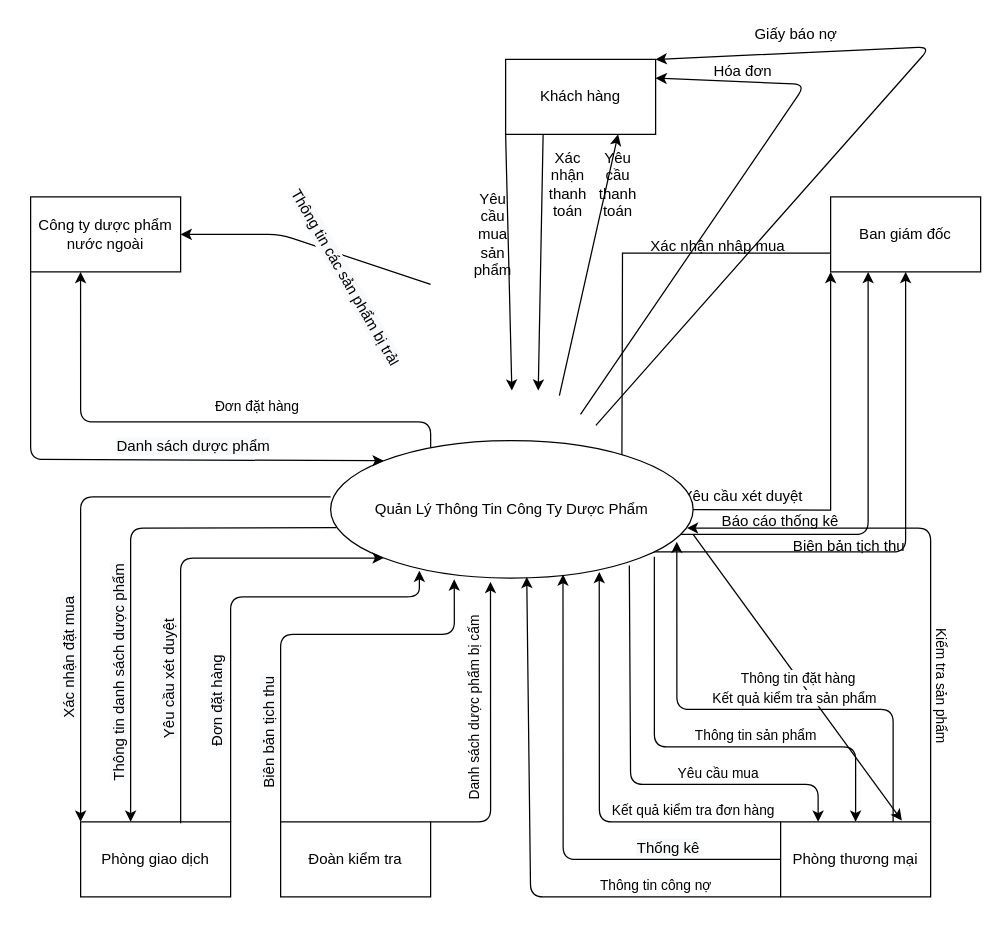
Earlier version of the draw.io diagram page "Page-3" (3 of 3) of Diagrams/BusinessInformationSystems.drawio (Nguyen-Dinh-Sang/BusinessInformationSystems). Source tidied: cells renumbered, new cells numbered last; positions are measured from the earlier drawing's top-left corner, leaving out a move shared by most shapes. Both pictures are drawn from the tidied source at 125%, with x=0, y=0 at pixel (30, 21).
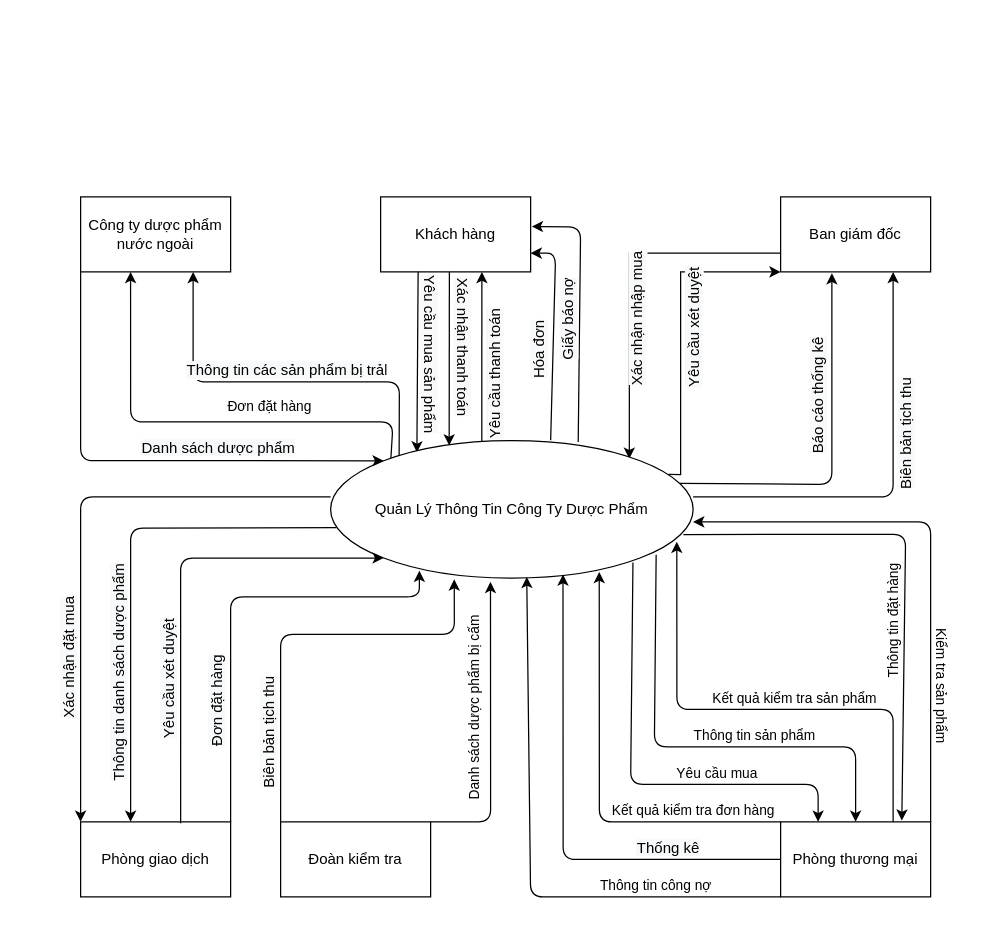
Above is the later version.

Unchanged cells that the change refers to:
```xml
<mxCell id="9" value="Phòng thương mại" style="rounded=0;whiteSpace=wrap;html=1;" parent="1" vertex="1">
  <mxGeometry x="600" y="640" width="120" height="60" as="geometry" />
</mxCell>
<mxCell id="28" value="Quản Lý Thông Tin Công Ty Dược Phẩm" style="ellipse;whiteSpace=wrap;html=1;" parent="1" vertex="1">
  <mxGeometry x="240" y="335" width="290" height="110" as="geometry" />
</mxCell>
```

Diff of the diagram source:
```diff
@@
-    <mxCell id="2" style="edgeStyle=orthogonalEdgeStyle;rounded=0;jettySize=auto;html=1;exitX=1;exitY=0.5;exitDx=0;exitDy=0;entryX=0;entryY=1;entryDx=0;entryDy=0;" parent="1" edge="1" target="6">
-      <mxGeometry relative="1" as="geometry">
-        <mxPoint x="480" y="390" as="sourcePoint" />
-      </mxGeometry>
-    </mxCell>
     <mxCell id="3" value="Công ty dược phẩm nước ngoài" style="rounded=0;whiteSpace=wrap;html=1;" parent="1" vertex="1">
-      <mxGeometry y="140" width="120" height="60" as="geometry" />
+      <mxGeometry x="40" y="140" width="120" height="60" as="geometry" />
     </mxCell>
@@
-    <mxCell id="5" style="edgeStyle=orthogonalEdgeStyle;rounded=0;jettySize=auto;html=1;exitX=0;exitY=0.75;exitDx=0;exitDy=0;entryX=0.963;entryY=0.338;entryDx=0;entryDy=0;entryPerimeter=0;" parent="1" edge="1" source="6">
+    <mxCell id="5" style="edgeStyle=orthogonalEdgeStyle;rounded=0;jettySize=auto;html=1;exitX=0;exitY=0.75;exitDx=0;exitDy=0;entryX=0.824;entryY=0.132;entryDx=0;entryDy=0;entryPerimeter=0;" parent="1" edge="1" source="6" target="28">
       <mxGeometry relative="1" as="geometry">
-        <mxPoint x="473" y="359.2" as="targetPoint" />
+        <Array as="points">
+          <mxPoint x="479" y="185" />
+        </Array>
       </mxGeometry>
     </mxCell>
-    <mxCell id="6" value="Ban giám đốc" style="rounded=0;whiteSpace=wrap;html=1;" parent="1" vertex="1">
-      <mxGeometry x="640" y="140" width="120" height="60" as="geometry" />
-    </mxCell>
-    <mxCell id="7" value="Yêu cầu xét duyệt" style="text;html=1;strokeColor=none;fillColor=none;align=center;verticalAlign=middle;whiteSpace=wrap;rounded=0;" parent="1" vertex="1">
-      <mxGeometry x="510" y="370" width="120" height="20" as="geometry" />
-    </mxCell>
-    <mxCell id="8" value="Xác nhận nhập mua" style="text;html=1;strokeColor=none;fillColor=none;align=center;verticalAlign=middle;whiteSpace=wrap;rounded=0;" parent="1" vertex="1">
-      <mxGeometry x="490" y="170" width="120" height="20" as="geometry" />
+    <mxCell id="8" value="&lt;span style=&quot;font-size: 12px ; background-color: rgb(248 , 249 , 250)&quot;&gt;Xác nhận nhập mua&lt;/span&gt;" style="edgeLabel;html=1;align=center;verticalAlign=middle;rotation=-90;" parent="5" vertex="1">
+      <mxGeometry x="0.22" y="-2" relative="1" as="geometry">
+        <mxPoint x="9" as="offset" />
+      </mxGeometry>
     </mxCell>
@@
     <mxCell id="10" value="Khách hàng" style="rounded=0;whiteSpace=wrap;html=1;" parent="1" vertex="1">
-      <mxGeometry x="380" y="30" width="120" height="60" as="geometry" />
+      <mxGeometry x="280" y="140" width="120" height="60" as="geometry" />
     </mxCell>
-    <mxCell id="11" style="endArrow=classic;html=1;exitX=0;exitY=1;exitDx=0;exitDy=0;entryX=0.5;entryY=0;entryDx=0;entryDy=0;" parent="1" edge="1" source="10">
-      <mxGeometry relative="1" as="geometry">
-        <mxPoint x="385" y="295" as="targetPoint" />
-      </mxGeometry>
+    <mxCell id="11" style="endArrow=classic;html=1;exitX=0.25;exitY=1;exitDx=0;exitDy=0;entryX=0.238;entryY=0.086;entryDx=0;entryDy=0;entryPerimeter=0;" parent="1" edge="1" source="10" target="28">
+      <mxGeometry relative="1" as="geometry" />
     </mxCell>
-    <mxCell id="12" value="Yêu cầu mua sản phẩm" style="text;html=1;strokeColor=none;fillColor=none;align=center;verticalAlign=middle;whiteSpace=wrap;rounded=0;" parent="1" vertex="1">
-      <mxGeometry x="350" y="160" width="40" height="20" as="geometry" />
+    <mxCell id="12" value="&lt;span style=&quot;font-size: 12px ; background-color: rgb(248 , 249 , 250)&quot;&gt;Yêu cầu mua sản phẩm&lt;/span&gt;" style="edgeLabel;html=1;align=center;verticalAlign=middle;rotation=90;" parent="11" vertex="1">
+      <mxGeometry x="-0.13" y="-2" relative="1" as="geometry">
+        <mxPoint x="11.7" y="2" as="offset" />
+      </mxGeometry>
     </mxCell>
-    <mxCell id="13" style="endArrow=classic;html=1;exitX=0.25;exitY=1;exitDx=0;exitDy=0;entryX=0.611;entryY=0;entryDx=0;entryDy=0;entryPerimeter=0;" parent="1" edge="1" source="10">
+    <mxCell id="13" style="endArrow=classic;html=1;entryX=0.327;entryY=0.035;entryDx=0;entryDy=0;entryPerimeter=0;" parent="1" edge="1" target="28">
       <mxGeometry relative="1" as="geometry">
-        <mxPoint x="406.1" y="295" as="targetPoint" />
+        <mxPoint x="335" y="200" as="sourcePoint" />
       </mxGeometry>
     </mxCell>
+    <mxCell id="61" style="edgeLabel;html=1;align=center;verticalAlign=middle;" parent="13" vertex="1">
+      <mxGeometry x="-0.25" y="2" relative="1" as="geometry" />
+    </mxCell>
-    <mxCell id="14" value="Xác nhận thanh toán" style="text;html=1;strokeColor=none;fillColor=none;align=center;verticalAlign=middle;whiteSpace=wrap;rounded=0;" parent="1" vertex="1">
-      <mxGeometry x="410" y="120" width="40" height="20" as="geometry" />
+    <mxCell id="14" value="&lt;span style=&quot;font-size: 12px ; background-color: rgb(248 , 249 , 250)&quot;&gt;Xác nhận thanh toán&lt;/span&gt;" style="edgeLabel;html=1;align=center;verticalAlign=middle;rotation=90;" parent="13" vertex="1">
+      <mxGeometry x="-0.16" y="-1" relative="1" as="geometry">
+        <mxPoint x="12" y="2" as="offset" />
+      </mxGeometry>
     </mxCell>
-    <mxCell id="15" style="endArrow=classic;html=1;exitX=0.7;exitY=0.021;exitDx=0;exitDy=0;exitPerimeter=0;entryX=0.75;entryY=1;entryDx=0;entryDy=0;" parent="1" edge="1" target="10">
+    <mxCell id="15" style="endArrow=classic;html=1;entryX=0.75;entryY=1;entryDx=0;entryDy=0;exitX=0.417;exitY=0.01;exitDx=0;exitDy=0;exitPerimeter=0;" parent="1" edge="1" source="28">
       <mxGeometry relative="1" as="geometry">
-        <mxPoint x="423" y="299" as="sourcePoint" />
+        <mxPoint x="361" y="200" as="targetPoint" />
       </mxGeometry>
     </mxCell>
-    <mxCell id="16" value="Yêu cầu thanh toán" style="text;html=1;strokeColor=none;fillColor=none;align=center;verticalAlign=middle;whiteSpace=wrap;rounded=0;" parent="1" vertex="1">
-      <mxGeometry x="450" y="120" width="40" height="20" as="geometry" />
+    <mxCell id="16" value="&lt;span style=&quot;font-size: 12px ; background-color: rgb(248 , 249 , 250)&quot;&gt;Yêu cầu thanh toán&lt;/span&gt;" style="edgeLabel;html=1;align=center;verticalAlign=middle;rotation=-90;" parent="15" vertex="1">
+      <mxGeometry x="-0.21" relative="1" as="geometry">
+        <mxPoint x="10" as="offset" />
+      </mxGeometry>
     </mxCell>
-    <mxCell id="17" style="endArrow=classic;html=1;exitX=0.789;exitY=0.1;exitDx=0;exitDy=0;exitPerimeter=0;entryX=1;entryY=0.25;entryDx=0;entryDy=0;" parent="1" edge="1" target="10">
+    <mxCell id="17" style="endArrow=classic;html=1;exitX=0.607;exitY=-0.002;exitDx=0;exitDy=0;exitPerimeter=0;" parent="1" edge="1" source="28">
       <mxGeometry relative="1" as="geometry">
-        <mxPoint x="439.9" y="314" as="sourcePoint" />
+        <mxPoint x="400" y="185" as="targetPoint" />
         <Array as="points">
-          <mxPoint x="620" y="50" />
+          <mxPoint x="420" y="185" />
         </Array>
       </mxGeometry>
     </mxCell>
-    <mxCell id="18" value="Hóa đơn" style="text;html=1;strokeColor=none;fillColor=none;align=center;verticalAlign=middle;whiteSpace=wrap;rounded=0;" parent="1" vertex="1">
-      <mxGeometry x="535" y="30" width="70" height="20" as="geometry" />
+    <mxCell id="18" value="&lt;span style=&quot;font-size: 12px ; background-color: rgb(248 , 249 , 250)&quot;&gt;Hóa đơn&lt;/span&gt;" style="edgeLabel;html=1;align=center;verticalAlign=middle;rotation=-90;" parent="17" vertex="1">
+      <mxGeometry x="-0.15" y="2" relative="1" as="geometry">
+        <mxPoint x="-9" as="offset" />
+      </mxGeometry>
     </mxCell>
-    <mxCell id="19" style="endArrow=classic;html=1;exitX=1;exitY=0;exitDx=0;exitDy=0;entryX=1;entryY=0;entryDx=0;entryDy=0;" parent="1" edge="1" target="10">
+    <mxCell id="19" style="endArrow=classic;html=1;exitX=0.683;exitY=0.01;exitDx=0;exitDy=0;entryX=1.008;entryY=0.395;entryDx=0;entryDy=0;entryPerimeter=0;exitPerimeter=0;" parent="1" edge="1" source="28" target="10">
       <mxGeometry relative="1" as="geometry">
-        <mxPoint x="452.2" y="322.8" as="sourcePoint" />
         <Array as="points">
-          <mxPoint x="720" y="20" />
+          <mxPoint x="440" y="164" />
         </Array>
       </mxGeometry>
     </mxCell>
-    <mxCell id="20" value="Giấy báo nợ" style="text;html=1;strokeColor=none;fillColor=none;align=center;verticalAlign=middle;whiteSpace=wrap;rounded=0;" parent="1" vertex="1">
-      <mxGeometry x="565" width="95" height="20" as="geometry" />
+    <mxCell id="20" value="&lt;span style=&quot;font-size: 12px ; background-color: rgb(248 , 249 , 250)&quot;&gt;Giấy báo nợ&lt;/span&gt;" style="edgeLabel;html=1;align=center;verticalAlign=middle;rotation=-90;" parent="19" vertex="1">
+      <mxGeometry x="0.22" y="1" relative="1" as="geometry">
+        <mxPoint x="-8.5" y="32.2" as="offset" />
+      </mxGeometry>
     </mxCell>
-    <mxCell id="21" style="endArrow=classic;html=1;exitX=1;exitY=0.605;exitDx=0;exitDy=0;exitPerimeter=0;entryX=0.25;entryY=1;entryDx=0;entryDy=0;" parent="1" edge="1" target="6">
+    <mxCell id="21" style="endArrow=classic;html=1;exitX=0.964;exitY=0.311;exitDx=0;exitDy=0;exitPerimeter=0;" parent="1" edge="1" source="28">
       <mxGeometry relative="1" as="geometry">
-        <mxPoint x="480" y="410" as="sourcePoint" />
+        <mxPoint x="641" y="201" as="targetPoint" />
         <Array as="points">
-          <mxPoint x="670" y="410" />
+          <mxPoint x="641" y="370" />
         </Array>
       </mxGeometry>
     </mxCell>
-    <mxCell id="22" value="Báo cáo thống kê" style="text;html=1;strokeColor=none;fillColor=none;align=center;verticalAlign=middle;whiteSpace=wrap;rounded=0;" parent="1" vertex="1">
-      <mxGeometry x="550" y="390" width="100" height="20" as="geometry" />
+    <mxCell id="22" value="&lt;span style=&quot;font-size: 12px ; background-color: rgb(248 , 249 , 250)&quot;&gt;Báo cáo thống kê&lt;/span&gt;" style="edgeLabel;html=1;align=center;verticalAlign=middle;rotation=-90;" parent="21" vertex="1">
+      <mxGeometry x="0.29" y="1" relative="1" as="geometry">
+        <mxPoint x="-10" y="-4" as="offset" />
+      </mxGeometry>
     </mxCell>
-    <mxCell id="23" style="endArrow=classic;html=1;exitX=0.974;exitY=0.679;exitDx=0;exitDy=0;exitPerimeter=0;entryX=0.5;entryY=1;entryDx=0;entryDy=0;" parent="1" edge="1" target="6">
+    <mxCell id="23" style="endArrow=classic;html=1;exitX=1;exitY=0.409;exitDx=0;exitDy=0;exitPerimeter=0;entryX=0.75;entryY=1;entryDx=0;entryDy=0;" parent="1" edge="1" source="28" target="6">
       <mxGeometry relative="1" as="geometry">
-        <mxPoint x="475.1" y="424" as="sourcePoint" />
         <Array as="points">
-          <mxPoint x="700" y="424" />
+          <mxPoint x="690" y="380" />
         </Array>
       </mxGeometry>
     </mxCell>
-    <mxCell id="24" value="Biên bản tịch thu" style="text;html=1;strokeColor=none;fillColor=none;align=center;verticalAlign=middle;whiteSpace=wrap;rounded=0;" parent="1" vertex="1">
-      <mxGeometry x="590" y="410" width="130" height="20" as="geometry" />
+    <mxCell id="24" value="&lt;span style=&quot;font-size: 12px ; background-color: rgb(248 , 249 , 250)&quot;&gt;Biên bản tịch thu&lt;/span&gt;" style="edgeLabel;html=1;align=center;verticalAlign=middle;rotation=-90;" parent="23" vertex="1">
+      <mxGeometry x="0.23" y="1" relative="1" as="geometry">
+        <mxPoint x="11" as="offset" />
+      </mxGeometry>
     </mxCell>
@@
-    <mxCell id="26" style="endArrow=classic;html=1;exitX=0.276;exitY=0.055;exitDx=0;exitDy=0;entryX=0.333;entryY=1;entryDx=0;entryDy=0;exitPerimeter=0;entryPerimeter=0;" parent="1" edge="1" source="28" target="3">
+    <mxCell id="26" style="endArrow=classic;html=1;exitX=0.166;exitY=0.138;exitDx=0;exitDy=0;entryX=0.333;entryY=1;entryDx=0;entryDy=0;exitPerimeter=0;entryPerimeter=0;" parent="1" edge="1" source="28" target="3">
       <mxGeometry relative="1" as="geometry">
         <Array as="points">
-          <mxPoint x="320" y="320" />
-          <mxPoint x="40" y="320" />
+          <mxPoint x="290" y="320" />
+          <mxPoint x="80" y="320" />
         </Array>
       </mxGeometry>
     </mxCell>
@@
-    <mxCell id="29" style="endArrow=classic;html=1;entryX=1;entryY=0.5;entryDx=0;entryDy=0;" parent="1" edge="1" target="3">
+    <mxCell id="29" style="endArrow=classic;html=1;exitX=0.189;exitY=0.107;exitDx=0;exitDy=0;exitPerimeter=0;entryX=0.75;entryY=1;entryDx=0;entryDy=0;" parent="1" edge="1" source="28" target="3">
       <mxGeometry relative="1" as="geometry">
-        <mxPoint x="320" y="210" as="sourcePoint" />
         <Array as="points">
-          <mxPoint x="200" y="170" />
+          <mxPoint x="295" y="288" />
+          <mxPoint x="130" y="288" />
         </Array>
       </mxGeometry>
     </mxCell>
-    <mxCell id="30" value="&lt;span style=&quot;font-size: 12px ; background-color: rgb(248 , 249 , 250)&quot;&gt;Thông tin các sản phẩm bị trả&lt;/span&gt;l" style="edgeLabel;html=1;align=center;verticalAlign=middle;rotation=60;" parent="29" vertex="1">
+    <mxCell id="30" value="&lt;span style=&quot;font-size: 12px ; background-color: rgb(248 , 249 , 250)&quot;&gt;Thông tin các sản phẩm bị trả&lt;/span&gt;l" style="edgeLabel;html=1;align=center;verticalAlign=middle;rotation=0;" parent="29" vertex="1">
       <mxGeometry relative="1" as="geometry">
-        <mxPoint x="30.3" y="26.4" as="offset" />
+        <mxPoint x="6.5" y="-10" as="offset" />
       </mxGeometry>
     </mxCell>
     <mxCell id="31" style="endArrow=classic;html=1;exitX=0;exitY=1;exitDx=0;exitDy=0;entryX=0;entryY=0;entryDx=0;entryDy=0;" parent="1" edge="1" source="3" target="28">
       <mxGeometry relative="1" as="geometry">
         <Array as="points">
-          <mxPoint y="350" />
+          <mxPoint x="40" y="351" />
         </Array>
       </mxGeometry>
     </mxCell>
@@
-    <mxCell id="51" style="endArrow=classic;html=1;entryX=0.25;entryY=0;entryDx=0;entryDy=0;exitX=0.824;exitY=0.909;exitDx=0;exitDy=0;exitPerimeter=0;" parent="1" edge="1" source="28" target="9">
+    <mxCell id="51" style="endArrow=classic;html=1;entryX=0.25;entryY=0;entryDx=0;entryDy=0;exitX=0.834;exitY=0.887;exitDx=0;exitDy=0;exitPerimeter=0;" parent="1" edge="1" source="28" target="9">
       <mxGeometry relative="1" as="geometry">
         <Array as="points">
           <mxPoint x="480" y="610" />
           <mxPoint x="630" y="610" />
         </Array>
       </mxGeometry>
     </mxCell>
@@
-    <mxCell id="53" style="endArrow=classic;html=1;exitX=0.893;exitY=0.845;exitDx=0;exitDy=0;exitPerimeter=0;entryX=0.5;entryY=0;entryDx=0;entryDy=0;" parent="1" edge="1" source="28" target="9">
+    <mxCell id="53" style="endArrow=classic;html=1;entryX=0.5;entryY=0;entryDx=0;entryDy=0;exitX=0.898;exitY=0.83;exitDx=0;exitDy=0;exitPerimeter=0;" parent="1" edge="1" source="28" target="9">
       <mxGeometry relative="1" as="geometry">
         <Array as="points">
           <mxPoint x="499" y="580" />
           <mxPoint x="660" y="580" />
         </Array>
       </mxGeometry>
     </mxCell>
@@
-    <mxCell id="55" style="endArrow=classic;html=1;entryX=0.808;entryY=-0.017;entryDx=0;entryDy=0;entryPerimeter=0;" parent="1" edge="1" target="9">
+    <mxCell id="55" style="endArrow=classic;html=1;entryX=0.808;entryY=-0.017;entryDx=0;entryDy=0;entryPerimeter=0;exitX=0.973;exitY=0.683;exitDx=0;exitDy=0;exitPerimeter=0;" parent="1" edge="1" source="28" target="9">
       <mxGeometry relative="1" as="geometry">
-        <mxPoint x="530" y="410" as="sourcePoint" />
+        <Array as="points">
+          <mxPoint x="700" y="410" />
+        </Array>
       </mxGeometry>
     </mxCell>
-    <mxCell id="56" value="Thông tin đặt hàng" style="edgeLabel;html=1;align=center;verticalAlign=middle;" parent="55" vertex="1">
-      <mxGeometry relative="1" as="geometry" />
+    <mxCell id="56" value="Thông tin đặt hàng" style="edgeLabel;html=1;align=center;verticalAlign=middle;rotation=-90;" parent="55" vertex="1">
+      <mxGeometry relative="1" as="geometry">
+        <mxPoint x="-9.7" y="44.5" as="offset" />
+      </mxGeometry>
     </mxCell>
-    <mxCell id="57" style="endArrow=classic;html=1;exitX=1;exitY=0;exitDx=0;exitDy=0;entryX=0.983;entryY=0.636;entryDx=0;entryDy=0;entryPerimeter=0;" parent="1" edge="1" source="9" target="28">
+    <mxCell id="57" style="endArrow=classic;html=1;exitX=1;exitY=0;exitDx=0;exitDy=0;" parent="1" edge="1" source="9">
       <mxGeometry relative="1" as="geometry">
+        <mxPoint x="530" y="400" as="targetPoint" />
         <Array as="points">
-          <mxPoint x="720" y="405" />
+          <mxPoint x="720" y="400" />
         </Array>
       </mxGeometry>
     </mxCell>
@@
+    <mxCell id="6" value="Ban giám đốc" style="rounded=0;whiteSpace=wrap;html=1;" parent="1" vertex="1">
+      <mxGeometry x="600" y="140" width="120" height="60" as="geometry" />
+    </mxCell>
+    <mxCell id="62" style="edgeStyle=orthogonalEdgeStyle;rounded=0;jettySize=auto;html=1;exitX=0.932;exitY=0.246;exitDx=0;exitDy=0;exitPerimeter=0;entryX=0;entryY=1;entryDx=0;entryDy=0;" parent="1" edge="1" source="28" target="6">
+      <mxGeometry relative="1" as="geometry">
+        <Array as="points">
+          <mxPoint x="520" y="362" />
+          <mxPoint x="520" y="200" />
+        </Array>
+      </mxGeometry>
+    </mxCell>
+    <mxCell id="7" value="&lt;span style=&quot;font-size: 12px ; background-color: rgb(248 , 249 , 250)&quot;&gt;Yêu cầu xét duyệt&lt;/span&gt;" style="edgeLabel;html=1;align=center;verticalAlign=middle;rotation=-90;" parent="62" vertex="1">
+      <mxGeometry x="-0.17" y="-1" relative="1" as="geometry">
+        <mxPoint x="9" y="-20.8" as="offset" />
+      </mxGeometry>
+    </mxCell>
```
